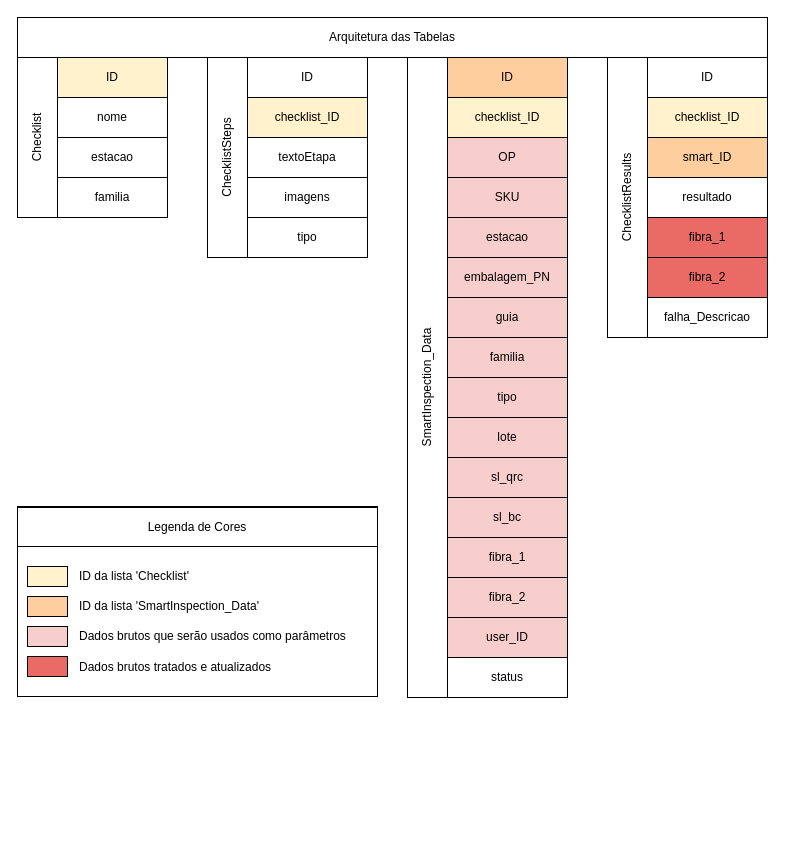
This is Database Architecture_ Sonoco.drawio from LuccaGiffoni/Flowcharts, a draw.io file, before an edit. Source tidied: cells renumbered, new cells numbered last; positions are measured from the earlier drawing's top-left corner, leaving out a move shared by most shapes. Both pictures are drawn from the tidied source at 100%, with x=0, y=0 at pixel (-3, 17).
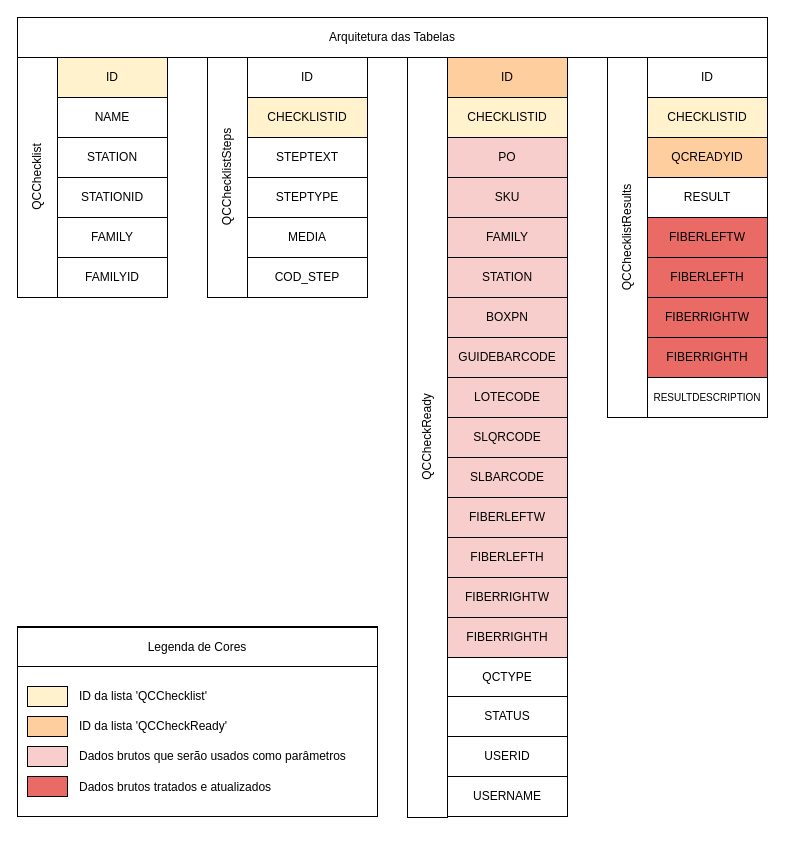
The same diagram, later.

The edit, as a diff of the source:
```diff
@@
     <mxCell id="3" style="rounded=0;whiteSpace=wrap;html=1;" parent="1" vertex="1">
-      <mxGeometry x="20" y="40" width="40" height="160" as="geometry" />
+      <mxGeometry x="20" y="40" width="40" height="240" as="geometry" />
     </mxCell>
-    <mxCell id="4" value="Checklist" style="text;html=1;strokeColor=none;fillColor=none;align=center;verticalAlign=middle;whiteSpace=wrap;rounded=0;rotation=-90;" parent="1" vertex="1">
-      <mxGeometry y="110" width="80" height="20" as="geometry" />
+    <mxCell id="4" value="QCChecklist" style="text;html=1;strokeColor=none;fillColor=none;align=center;verticalAlign=middle;whiteSpace=wrap;rounded=0;rotation=-90;" parent="1" vertex="1">
+      <mxGeometry x="-37.5" y="150" width="155" height="20" as="geometry" />
     </mxCell>
@@
-    <mxCell id="6" value="nome" style="rounded=0;whiteSpace=wrap;html=1;" parent="1" vertex="1">
+    <mxCell id="6" value="NAME" style="rounded=0;whiteSpace=wrap;html=1;" parent="1" vertex="1">
       <mxGeometry x="60" y="80" width="110" height="40" as="geometry" />
     </mxCell>
-    <mxCell id="7" value="estacao" style="rounded=0;whiteSpace=wrap;html=1;" parent="1" vertex="1">
-      <mxGeometry x="60" y="120" width="110" height="40" as="geometry" />
+    <mxCell id="7" value="STATIONID" style="rounded=0;whiteSpace=wrap;html=1;" parent="1" vertex="1">
+      <mxGeometry x="60" y="160" width="110" height="40" as="geometry" />
     </mxCell>
-    <mxCell id="8" value="familia" style="rounded=0;whiteSpace=wrap;html=1;" parent="1" vertex="1">
-      <mxGeometry x="60" y="160" width="110" height="40" as="geometry" />
+    <mxCell id="8" value="FAMILY" style="rounded=0;whiteSpace=wrap;html=1;" parent="1" vertex="1">
+      <mxGeometry x="60" y="200" width="110" height="40" as="geometry" />
     </mxCell>
     <mxCell id="9" style="rounded=0;whiteSpace=wrap;html=1;" parent="1" vertex="1">
-      <mxGeometry x="210" y="40" width="40" height="200" as="geometry" />
+      <mxGeometry x="210" y="40" width="40" height="240" as="geometry" />
     </mxCell>
-    <mxCell id="10" value="ChecklistSteps" style="text;html=1;strokeColor=none;fillColor=none;align=center;verticalAlign=middle;whiteSpace=wrap;rounded=0;rotation=-90;" parent="1" vertex="1">
-      <mxGeometry x="190" y="130" width="80" height="20" as="geometry" />
-    </mxCell>
@@
     <mxCell id="12" style="rounded=0;whiteSpace=wrap;html=1;" parent="1" vertex="1">
-      <mxGeometry x="410" y="40" width="40" height="640" as="geometry" />
+      <mxGeometry x="410" y="40" width="40" height="760" as="geometry" />
     </mxCell>
-    <mxCell id="13" value="SmartInspection_Data" style="text;html=1;strokeColor=none;fillColor=none;align=center;verticalAlign=middle;whiteSpace=wrap;rounded=0;rotation=-90;" parent="1" vertex="1">
-      <mxGeometry x="355" y="360" width="150" height="20" as="geometry" />
+    <mxCell id="13" value="QCCheckReady" style="text;html=1;strokeColor=none;fillColor=none;align=center;verticalAlign=middle;whiteSpace=wrap;rounded=0;rotation=-90;" parent="1" vertex="1">
+      <mxGeometry x="262.5" y="410" width="335" height="20" as="geometry" />
     </mxCell>
@@
-    <mxCell id="15" value="checklist_ID" style="rounded=0;whiteSpace=wrap;html=1;fillColor=#FFF2CC;" parent="1" vertex="1">
+    <mxCell id="15" value="CHECKLISTID" style="rounded=0;whiteSpace=wrap;html=1;fillColor=#FFF2CC;" parent="1" vertex="1">
       <mxGeometry x="250" y="80" width="120" height="40" as="geometry" />
     </mxCell>
-    <mxCell id="16" value="textoEtapa" style="rounded=0;whiteSpace=wrap;html=1;" parent="1" vertex="1">
+    <mxCell id="16" value="STEPTEXT" style="rounded=0;whiteSpace=wrap;html=1;" parent="1" vertex="1">
       <mxGeometry x="250" y="120" width="120" height="40" as="geometry" />
     </mxCell>
-    <mxCell id="17" value="imagens" style="rounded=0;whiteSpace=wrap;html=1;" parent="1" vertex="1">
+    <mxCell id="17" value="STEPTYPE" style="rounded=0;whiteSpace=wrap;html=1;" parent="1" vertex="1">
       <mxGeometry x="250" y="160" width="120" height="40" as="geometry" />
     </mxCell>
-    <mxCell id="18" value="checklist_ID" style="rounded=0;whiteSpace=wrap;html=1;fillColor=#FFF2CC;" parent="1" vertex="1">
-      <mxGeometry x="450" y="80" width="120" height="40" as="geometry" />
-    </mxCell>
-    <mxCell id="19" value="OP" style="rounded=0;whiteSpace=wrap;html=1;fillColor=#F8CECC;" parent="1" vertex="1">
+    <mxCell id="19" value="PO" style="rounded=0;whiteSpace=wrap;html=1;fillColor=#F8CECC;" parent="1" vertex="1">
       <mxGeometry x="450" y="120" width="120" height="40" as="geometry" />
     </mxCell>
@@
-    <mxCell id="21" value="estacao" style="rounded=0;whiteSpace=wrap;html=1;fillColor=#F8CECC;" parent="1" vertex="1">
+    <mxCell id="21" value="FAMILY" style="rounded=0;whiteSpace=wrap;html=1;fillColor=#F8CECC;" parent="1" vertex="1">
       <mxGeometry x="450" y="200" width="120" height="40" as="geometry" />
     </mxCell>
-    <mxCell id="22" value="tipo" style="rounded=0;whiteSpace=wrap;html=1;" parent="1" vertex="1">
+    <mxCell id="22" value="MEDIA" style="rounded=0;whiteSpace=wrap;html=1;" parent="1" vertex="1">
       <mxGeometry x="250" y="200" width="120" height="40" as="geometry" />
     </mxCell>
     <mxCell id="23" style="rounded=0;whiteSpace=wrap;html=1;" parent="1" vertex="1">
-      <mxGeometry x="610" y="40" width="40" height="280" as="geometry" />
+      <mxGeometry x="610" y="40" width="40" height="360" as="geometry" />
     </mxCell>
@@
-    <mxCell id="25" value="ChecklistResults" style="text;html=1;strokeColor=none;fillColor=none;align=center;verticalAlign=middle;whiteSpace=wrap;rounded=0;rotation=-90;" parent="1" vertex="1">
-      <mxGeometry x="590" y="170" width="80" height="20" as="geometry" />
+    <mxCell id="25" value="QCChecklistResults" style="text;html=1;strokeColor=none;fillColor=none;align=center;verticalAlign=middle;whiteSpace=wrap;rounded=0;rotation=-90;" parent="1" vertex="1">
+      <mxGeometry x="535" y="210" width="190" height="20" as="geometry" />
     </mxCell>
-    <mxCell id="26" value="embalagem_PN" style="rounded=0;whiteSpace=wrap;html=1;fillColor=#F8CECC;" parent="1" vertex="1">
+    <mxCell id="26" value="STATION" style="rounded=0;whiteSpace=wrap;html=1;fillColor=#F8CECC;" parent="1" vertex="1">
       <mxGeometry x="450" y="240" width="120" height="40" as="geometry" />
     </mxCell>
-    <mxCell id="27" value="tipo" style="rounded=0;whiteSpace=wrap;html=1;fillColor=#F8CECC;" parent="1" vertex="1">
+    <mxCell id="27" value="LOTECODE" style="rounded=0;whiteSpace=wrap;html=1;fillColor=#F8CECC;" parent="1" vertex="1">
       <mxGeometry x="450" y="360" width="120" height="40" as="geometry" />
     </mxCell>
-    <mxCell id="28" value="familia" style="rounded=0;whiteSpace=wrap;html=1;fillColor=#F8CECC;" parent="1" vertex="1">
+    <mxCell id="28" value="GUIDEBARCODE" style="rounded=0;whiteSpace=wrap;html=1;fillColor=#F8CECC;" parent="1" vertex="1">
       <mxGeometry x="450" y="320" width="120" height="40" as="geometry" />
     </mxCell>
-    <mxCell id="29" value="guia" style="rounded=0;whiteSpace=wrap;html=1;fillColor=#F8CECC;" parent="1" vertex="1">
+    <mxCell id="29" value="BOXPN" style="rounded=0;whiteSpace=wrap;html=1;fillColor=#F8CECC;" parent="1" vertex="1">
       <mxGeometry x="450" y="280" width="120" height="40" as="geometry" />
     </mxCell>
-    <mxCell id="30" value="lote" style="rounded=0;whiteSpace=wrap;html=1;fillColor=#F8CECC;" parent="1" vertex="1">
+    <mxCell id="30" value="SLQRCODE" style="rounded=0;whiteSpace=wrap;html=1;fillColor=#F8CECC;" parent="1" vertex="1">
       <mxGeometry x="450" y="400" width="120" height="40" as="geometry" />
     </mxCell>
-    <mxCell id="31" value="fibra_1" style="rounded=0;whiteSpace=wrap;html=1;fillColor=#F8CECC;" parent="1" vertex="1">
+    <mxCell id="31" value="FIBERLEFTH" style="rounded=0;whiteSpace=wrap;html=1;fillColor=#F8CECC;" parent="1" vertex="1">
       <mxGeometry x="450" y="520" width="120" height="40" as="geometry" />
     </mxCell>
-    <mxCell id="32" value="sl_bc" style="rounded=0;whiteSpace=wrap;html=1;fillColor=#F8CECC;" parent="1" vertex="1">
+    <mxCell id="32" value="FIBERLEFTW" style="rounded=0;whiteSpace=wrap;html=1;fillColor=#F8CECC;" parent="1" vertex="1">
       <mxGeometry x="450" y="480" width="120" height="40" as="geometry" />
     </mxCell>
-    <mxCell id="33" value="sl_qrc" style="rounded=0;whiteSpace=wrap;html=1;fillColor=#F8CECC;" parent="1" vertex="1">
+    <mxCell id="33" value="SLBARCODE" style="rounded=0;whiteSpace=wrap;html=1;fillColor=#F8CECC;" parent="1" vertex="1">
       <mxGeometry x="450" y="440" width="120" height="40" as="geometry" />
     </mxCell>
-    <mxCell id="34" value="fibra_2" style="rounded=0;whiteSpace=wrap;html=1;fillColor=#F8CECC;" parent="1" vertex="1">
+    <mxCell id="34" value="FIBERRIGHTW" style="rounded=0;whiteSpace=wrap;html=1;fillColor=#F8CECC;" parent="1" vertex="1">
       <mxGeometry x="450" y="560" width="120" height="40" as="geometry" />
     </mxCell>
-    <mxCell id="35" value="user_ID" style="rounded=0;whiteSpace=wrap;html=1;fillColor=#F8CECC;" parent="1" vertex="1">
+    <mxCell id="35" value="FIBERRIGHTH" style="rounded=0;whiteSpace=wrap;html=1;fillColor=#F8CECC;" parent="1" vertex="1">
       <mxGeometry x="450" y="600" width="120" height="40" as="geometry" />
     </mxCell>
-    <mxCell id="36" value="status" style="rounded=0;whiteSpace=wrap;html=1;" parent="1" vertex="1">
+    <mxCell id="36" value="QCTYPE" style="rounded=0;whiteSpace=wrap;html=1;" parent="1" vertex="1">
       <mxGeometry x="450" y="640" width="120" height="40" as="geometry" />
     </mxCell>
-    <mxCell id="37" value="smart_ID" style="rounded=0;whiteSpace=wrap;html=1;fillColor=#FFCE9F;" parent="1" vertex="1">
+    <mxCell id="37" value="QCREADYID" style="rounded=0;whiteSpace=wrap;html=1;fillColor=#FFCE9F;" parent="1" vertex="1">
       <mxGeometry x="650" y="120" width="120" height="40" as="geometry" />
     </mxCell>
-    <mxCell id="38" value="checklist_ID" style="rounded=0;whiteSpace=wrap;html=1;fillColor=#FFF2CC;" parent="1" vertex="1">
-      <mxGeometry x="650" y="80" width="120" height="40" as="geometry" />
-    </mxCell>
-    <mxCell id="39" value="resultado" style="rounded=0;whiteSpace=wrap;html=1;" parent="1" vertex="1">
+    <mxCell id="39" value="RESULT" style="rounded=0;whiteSpace=wrap;html=1;" parent="1" vertex="1">
       <mxGeometry x="650" y="160" width="120" height="40" as="geometry" />
     </mxCell>
-    <mxCell id="40" value="fibra_2" style="rounded=0;whiteSpace=wrap;html=1;fillColor=#EA6B66;" parent="1" vertex="1">
-      <mxGeometry x="650" y="240" width="120" height="40" as="geometry" />
-    </mxCell>
-    <mxCell id="41" value="fibra_1" style="rounded=0;whiteSpace=wrap;html=1;fillColor=#EA6B66;" parent="1" vertex="1">
+    <mxCell id="41" value="FIBERLEFTW" style="rounded=0;whiteSpace=wrap;html=1;fillColor=#EA6B66;" parent="1" vertex="1">
       <mxGeometry x="650" y="200" width="120" height="40" as="geometry" />
     </mxCell>
-    <mxCell id="42" value="falha_Descricao" style="rounded=0;whiteSpace=wrap;html=1;" parent="1" vertex="1">
-      <mxGeometry x="650" y="280" width="120" height="40" as="geometry" />
-    </mxCell>
     <mxCell id="43" style="rounded=0;whiteSpace=wrap;html=1;fillColor=#FFFFFF;" parent="1" vertex="1">
-      <mxGeometry x="20" y="489" width="360" height="190" as="geometry" />
+      <mxGeometry x="20" y="609" width="360" height="190" as="geometry" />
     </mxCell>
     <mxCell id="44" value="Legenda de Cores" style="rounded=0;whiteSpace=wrap;html=1;fillColor=#FFFFFF;" parent="1" vertex="1">
-      <mxGeometry x="20" y="490" width="360" height="39" as="geometry" />
+      <mxGeometry x="20" y="610" width="360" height="39" as="geometry" />
     </mxCell>
     <mxCell id="45" style="rounded=0;whiteSpace=wrap;html=1;fillColor=#FFF2CC;" parent="1" vertex="1">
-      <mxGeometry x="30" y="549" width="40" height="20" as="geometry" />
+      <mxGeometry x="30" y="669" width="40" height="20" as="geometry" />
     </mxCell>
     <mxCell id="46" style="rounded=0;whiteSpace=wrap;html=1;fillColor=#FFCE9F;" parent="1" vertex="1">
-      <mxGeometry x="30" y="579" width="40" height="20" as="geometry" />
+      <mxGeometry x="30" y="699" width="40" height="20" as="geometry" />
     </mxCell>
     <mxCell id="47" style="rounded=0;whiteSpace=wrap;html=1;fillColor=#F8CECC;" parent="1" vertex="1">
-      <mxGeometry x="30" y="609" width="40" height="20" as="geometry" />
+      <mxGeometry x="30" y="729" width="40" height="20" as="geometry" />
     </mxCell>
     <mxCell id="48" style="rounded=0;whiteSpace=wrap;html=1;fillColor=#EA6B66;" parent="1" vertex="1">
-      <mxGeometry x="30" y="639" width="40" height="20" as="geometry" />
+      <mxGeometry x="30" y="759" width="40" height="20" as="geometry" />
     </mxCell>
-    <mxCell id="49" value="ID da lista 'Checklist'" style="text;html=1;strokeColor=none;fillColor=none;align=left;verticalAlign=middle;whiteSpace=wrap;rounded=0;" parent="1" vertex="1">
-      <mxGeometry x="80" y="549" width="290" height="20" as="geometry" />
+    <mxCell id="49" value="ID da lista 'QCChecklist'" style="text;html=1;strokeColor=none;fillColor=none;align=left;verticalAlign=middle;whiteSpace=wrap;rounded=0;" parent="1" vertex="1">
+      <mxGeometry x="80" y="669" width="290" height="20" as="geometry" />
     </mxCell>
-    <mxCell id="50" value="ID da lista 'SmartInspection_Data'" style="text;html=1;strokeColor=none;fillColor=none;align=left;verticalAlign=middle;whiteSpace=wrap;rounded=0;" parent="1" vertex="1">
-      <mxGeometry x="80" y="579" width="290" height="20" as="geometry" />
+    <mxCell id="50" value="ID da lista 'QCCheckReady'" style="text;html=1;strokeColor=none;fillColor=none;align=left;verticalAlign=middle;whiteSpace=wrap;rounded=0;" parent="1" vertex="1">
+      <mxGeometry x="80" y="699" width="290" height="20" as="geometry" />
     </mxCell>
     <mxCell id="51" value="Dados brutos que serão usados como parâmetros" style="text;html=1;strokeColor=none;fillColor=none;align=left;verticalAlign=middle;whiteSpace=wrap;rounded=0;" parent="1" vertex="1">
-      <mxGeometry x="80" y="609" width="290" height="20" as="geometry" />
+      <mxGeometry x="80" y="729" width="290" height="20" as="geometry" />
     </mxCell>
     <mxCell id="52" value="Dados brutos tratados e atualizados" style="text;html=1;strokeColor=none;fillColor=none;align=left;verticalAlign=middle;whiteSpace=wrap;rounded=0;" parent="1" vertex="1">
-      <mxGeometry x="80" y="640" width="290" height="20" as="geometry" />
+      <mxGeometry x="80" y="760" width="290" height="20" as="geometry" />
     </mxCell>
@@
+    <mxCell id="54" value="FAMILYID" style="rounded=0;whiteSpace=wrap;html=1;" parent="1" vertex="1">
+      <mxGeometry x="60" y="240" width="110" height="40" as="geometry" />
+    </mxCell>
+    <mxCell id="55" value="STATION" style="rounded=0;whiteSpace=wrap;html=1;" parent="1" vertex="1">
+      <mxGeometry x="60" y="120" width="110" height="40" as="geometry" />
+    </mxCell>
+    <mxCell id="56" value="COD_STEP" style="rounded=0;whiteSpace=wrap;html=1;" parent="1" vertex="1">
+      <mxGeometry x="250" y="240" width="120" height="40" as="geometry" />
+    </mxCell>
+    <mxCell id="57" value="QCChecklistSteps" style="text;html=1;strokeColor=none;fillColor=none;align=center;verticalAlign=middle;whiteSpace=wrap;rounded=0;rotation=-90;" parent="1" vertex="1">
+      <mxGeometry x="152.5" y="150" width="155" height="20" as="geometry" />
+    </mxCell>
+    <mxCell id="58" value="CHECKLISTID" style="rounded=0;whiteSpace=wrap;html=1;fillColor=#FFF2CC;" parent="1" vertex="1">
+      <mxGeometry x="450" y="80" width="120" height="40" as="geometry" />
+    </mxCell>
+    <mxCell id="59" value="CHECKLISTID" style="rounded=0;whiteSpace=wrap;html=1;fillColor=#FFF2CC;" parent="1" vertex="1">
+      <mxGeometry x="650" y="80" width="120" height="40" as="geometry" />
+    </mxCell>
+    <mxCell id="60" value="FIBERLEFTH" style="rounded=0;whiteSpace=wrap;html=1;fillColor=#EA6B66;" parent="1" vertex="1">
+      <mxGeometry x="650" y="240" width="120" height="40" as="geometry" />
+    </mxCell>
+    <mxCell id="61" value="FIBERRIGHTW" style="rounded=0;whiteSpace=wrap;html=1;fillColor=#EA6B66;" parent="1" vertex="1">
+      <mxGeometry x="650" y="280" width="120" height="40" as="geometry" />
+    </mxCell>
+    <mxCell id="62" value="FIBERRIGHTH" style="rounded=0;whiteSpace=wrap;html=1;fillColor=#EA6B66;" parent="1" vertex="1">
+      <mxGeometry x="650" y="320" width="120" height="40" as="geometry" />
+    </mxCell>
+    <mxCell id="63" value="&lt;font style=&quot;font-size: 10px&quot;&gt;RESULTDESCRIPTION&lt;/font&gt;" style="rounded=0;whiteSpace=wrap;html=1;" parent="1" vertex="1">
+      <mxGeometry x="650" y="360" width="120" height="40" as="geometry" />
+    </mxCell>
+    <mxCell id="64" value="STATUS" style="rounded=0;whiteSpace=wrap;html=1;" parent="1" vertex="1">
+      <mxGeometry x="450" y="679" width="120" height="40" as="geometry" />
+    </mxCell>
+    <mxCell id="65" value="USERID" style="rounded=0;whiteSpace=wrap;html=1;" parent="1" vertex="1">
+      <mxGeometry x="450" y="719" width="120" height="40" as="geometry" />
+    </mxCell>
+    <mxCell id="66" value="USERNAME" style="rounded=0;whiteSpace=wrap;html=1;" parent="1" vertex="1">
+      <mxGeometry x="450" y="759" width="120" height="40" as="geometry" />
+    </mxCell>
```
